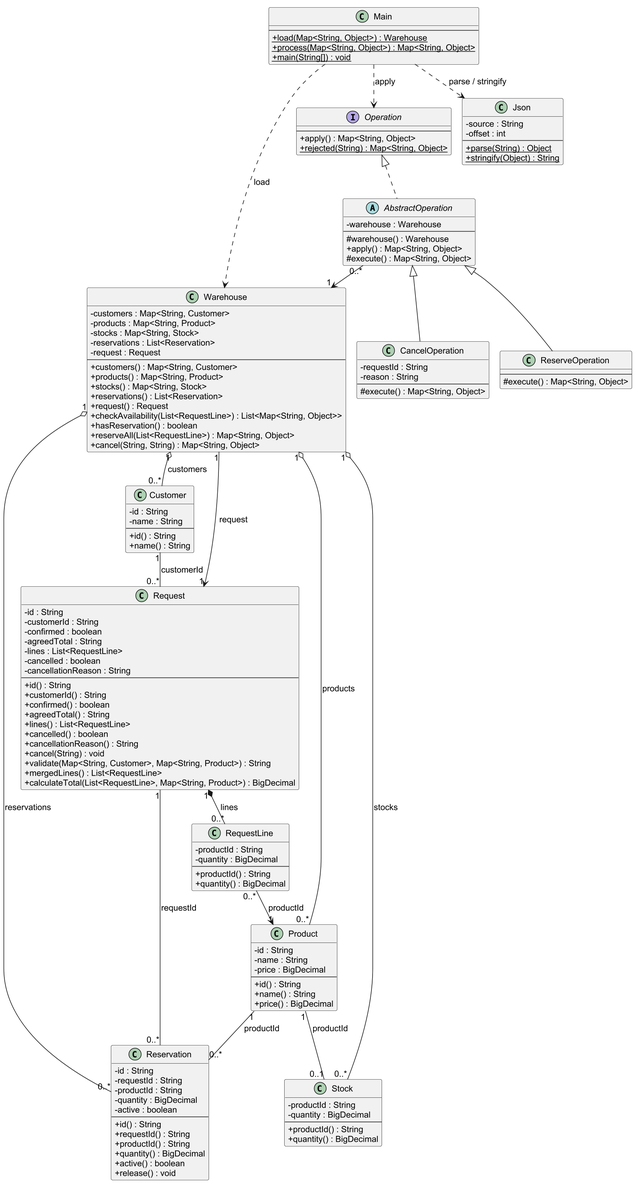
This is models/classes.png from iskanye/office-furniture, a PlantUML export, as it was before one commit.
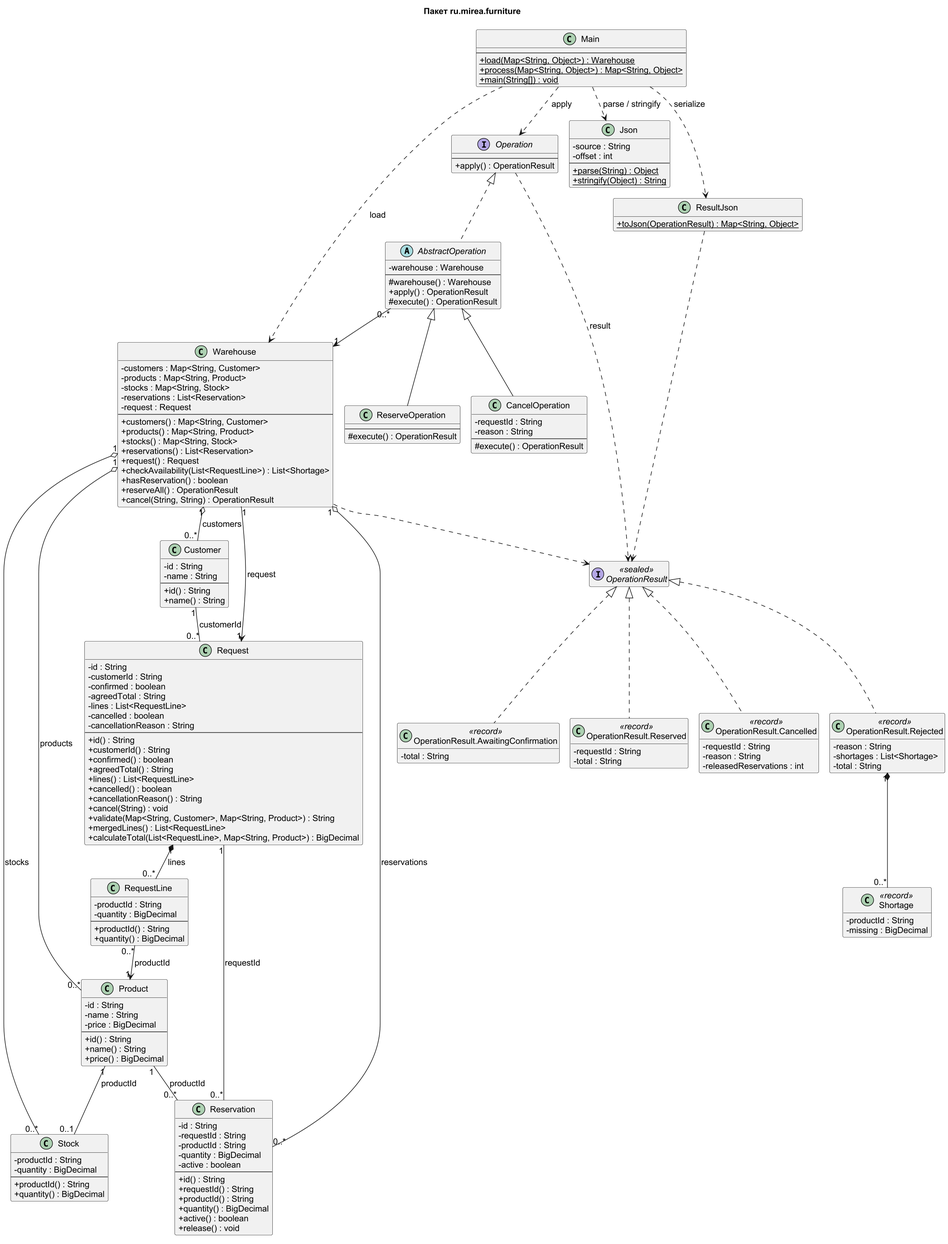
The same file after the commit.

Commit message:
docs: обновить рецензию UML и отчет после исправлений

What changed in the source:
```diff
@@ -7,6 +7,7 @@
 skinparam defaultFontSize 14
 skinparam linetype ortho
 hide empty members
+title Пакет ru.mirea.furniture
 class Customer {
   -id : String
   -name : String
@@ -84,32 +85,31 @@
   +stocks() : Map<String, Stock>
   +reservations() : List<Reservation>
   +request() : Request
-  +checkAvailability(List<RequestLine>) : List<Map<String, Object>>
+  +checkAvailability(List<RequestLine>) : List<Shortage>
   +hasReservation() : boolean
-  +reserveAll(List<RequestLine>) : Map<String, Object>
-  +cancel(String, String) : Map<String, Object>
+  +reserveAll() : OperationResult
+  +cancel(String, String) : OperationResult
 }
 interface Operation {
   --
-  +apply() : Map<String, Object>
-  +{static} rejected(String) : Map<String, Object>
+  +apply() : OperationResult
 }
 abstract class AbstractOperation {
   -warehouse : Warehouse
   --
   #warehouse() : Warehouse
-  +apply() : Map<String, Object>
-  #execute() : Map<String, Object>
+  +apply() : OperationResult
+  #execute() : OperationResult
 }
 class ReserveOperation {
   --
-  #execute() : Map<String, Object>
+  #execute() : OperationResult
 }
 class CancelOperation {
   -requestId : String
   -reason : String
   --
-  #execute() : Map<String, Object>
+  #execute() : OperationResult
 }
 class Main {
   --
@@ -144,4 +144,39 @@
 Main ..> Json : parse / stringify
 Main ..> Warehouse : load
 
+interface OperationResult <<sealed>>
+class "OperationResult.Rejected" as Rejected <<record>> {
+  -reason : String
+  -shortages : List<Shortage>
+  -total : String
+}
+class "OperationResult.AwaitingConfirmation" as AwaitingConfirmation <<record>> {
+  -total : String
+}
+class "OperationResult.Reserved" as Reserved <<record>> {
+  -requestId : String
+  -total : String
+}
+class "OperationResult.Cancelled" as Cancelled <<record>> {
+  -requestId : String
+  -reason : String
+  -releasedReservations : int
+}
+class Shortage <<record>> {
+  -productId : String
+  -missing : BigDecimal
+}
+class ResultJson {
+  +{static} toJson(OperationResult) : Map<String, Object>
+}
+OperationResult <|.. Rejected
+OperationResult <|.. AwaitingConfirmation
+OperationResult <|.. Reserved
+OperationResult <|.. Cancelled
+Rejected "1" *-- "0..*" Shortage
+Operation ..> OperationResult : result
+Warehouse ..> OperationResult
+Main ..> ResultJson : serialize
+ResultJson ..> OperationResult
+
 @enduml
```
